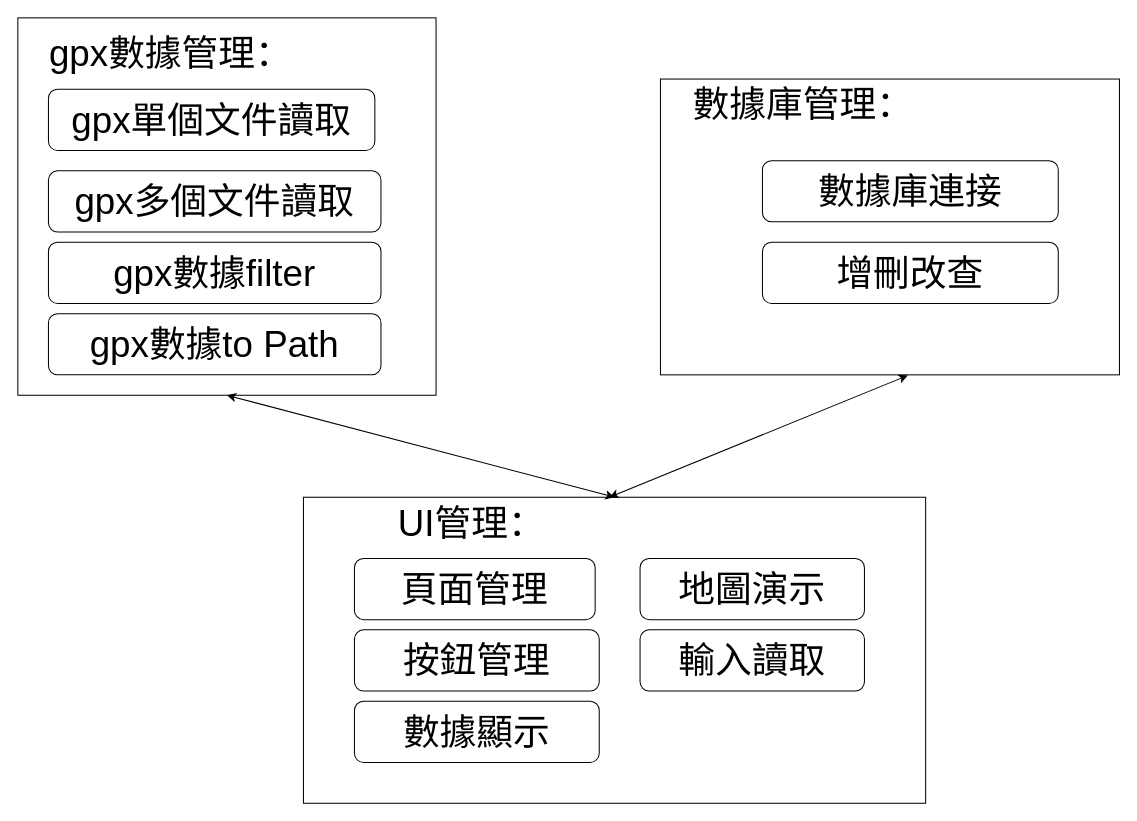
pengzhen80/PigeonRace keeps this draw.io diagram as highSpeedRoads_SystemDesign.drawio. Above is the earlier version. Source tidied: cells renumbered, new cells numbered last; positions are measured from the earlier drawing's top-left corner, leaving out a move shared by most shapes. Both pictures are drawn from the tidied source at 102%, with x=0, y=0 at pixel (17, 17).
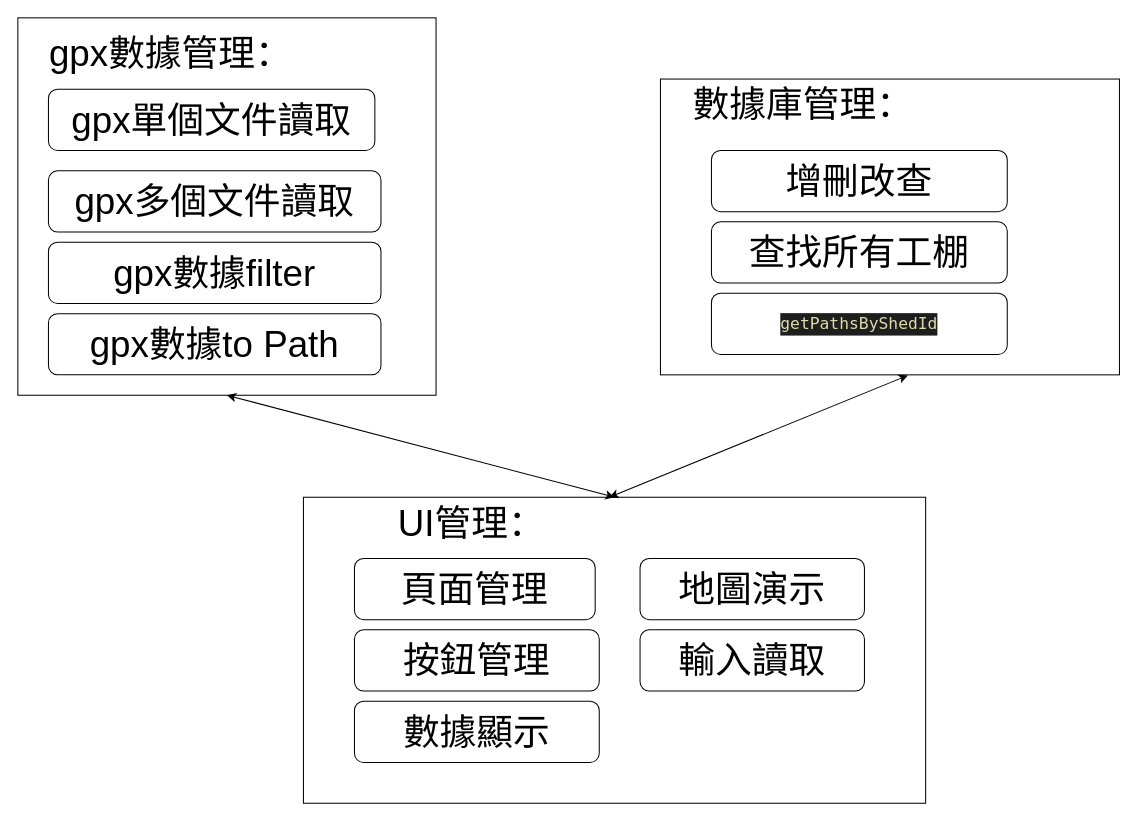
The same diagram, later.

Change to the diagram source:
```diff
@@
-    <mxCell id="8" value="數據庫連接" style="rounded=1;whiteSpace=wrap;html=1;fontSize=36;" parent="1" vertex="1">
-      <mxGeometry x="730" y="140" width="290" height="60" as="geometry" />
-    </mxCell>
     <mxCell id="9" value="增刪改查" style="rounded=1;whiteSpace=wrap;html=1;fontSize=36;" parent="1" vertex="1">
-      <mxGeometry x="730" y="220" width="290" height="60" as="geometry" />
+      <mxGeometry x="680" y="130" width="290" height="60" as="geometry" />
     </mxCell>
@@
+    <mxCell id="21" value="查找所有工棚" style="rounded=1;whiteSpace=wrap;html=1;fontSize=36;" parent="1" vertex="1">
+      <mxGeometry x="680" y="200" width="290" height="60" as="geometry" />
+    </mxCell>
+    <mxCell id="22" value="&lt;div style=&quot;color: rgb(212, 212, 212); background-color: rgb(30, 30, 30); font-family: &amp;quot;Droid Sans Mono&amp;quot;, &amp;quot;monospace&amp;quot;, monospace; font-size: 16px; line-height: 22px;&quot;&gt;&lt;span style=&quot;color: #dcdcaa;&quot;&gt;getPathsByShedId&lt;/span&gt;&lt;/div&gt;" style="rounded=1;whiteSpace=wrap;html=1;fontSize=18;" parent="1" vertex="1">
+      <mxGeometry x="680" y="270" width="290" height="60" as="geometry" />
+    </mxCell>
```
